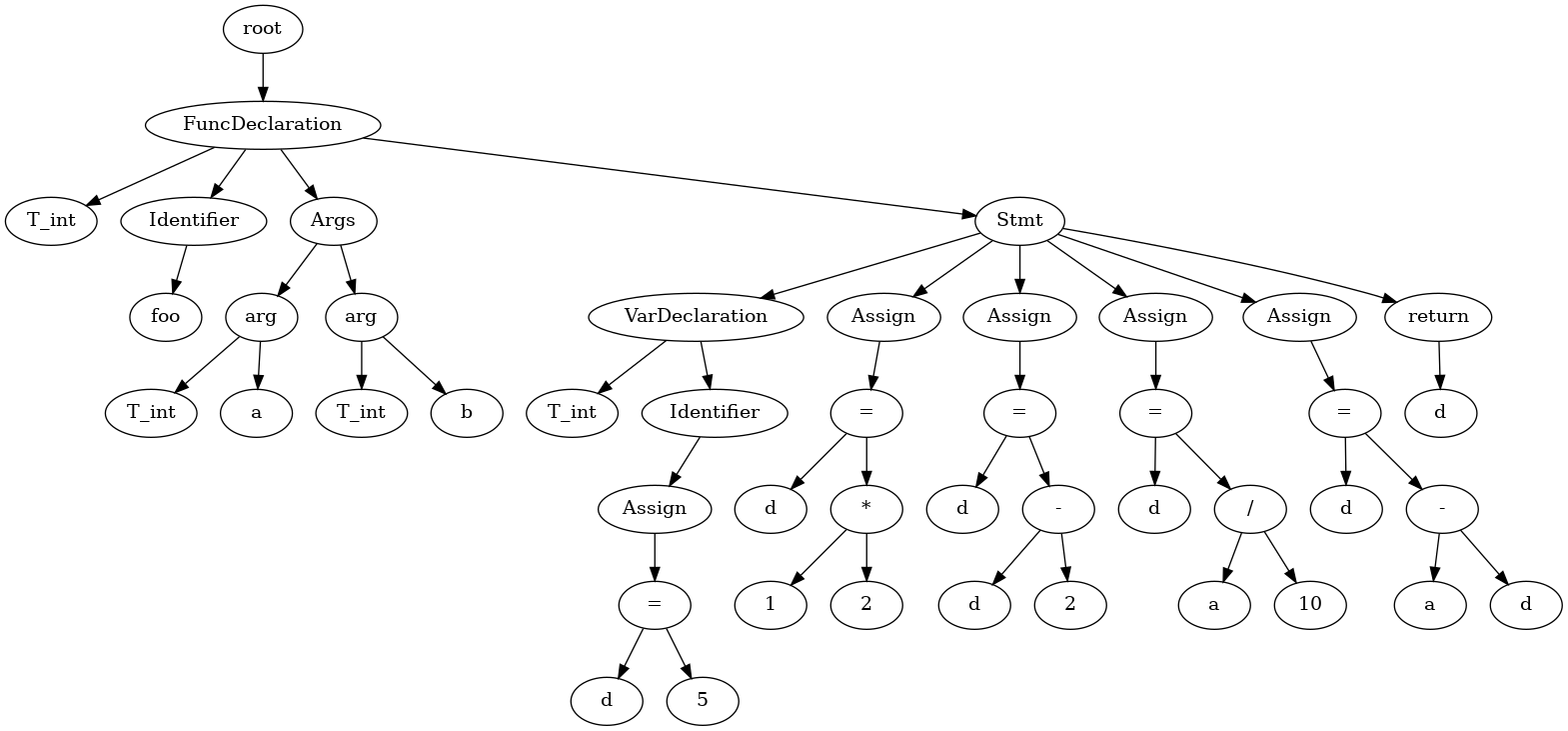
Above: test.gv.png in Jstar49/starCC (Graphviz), before the change. Its source is kept beside it as test.gv.
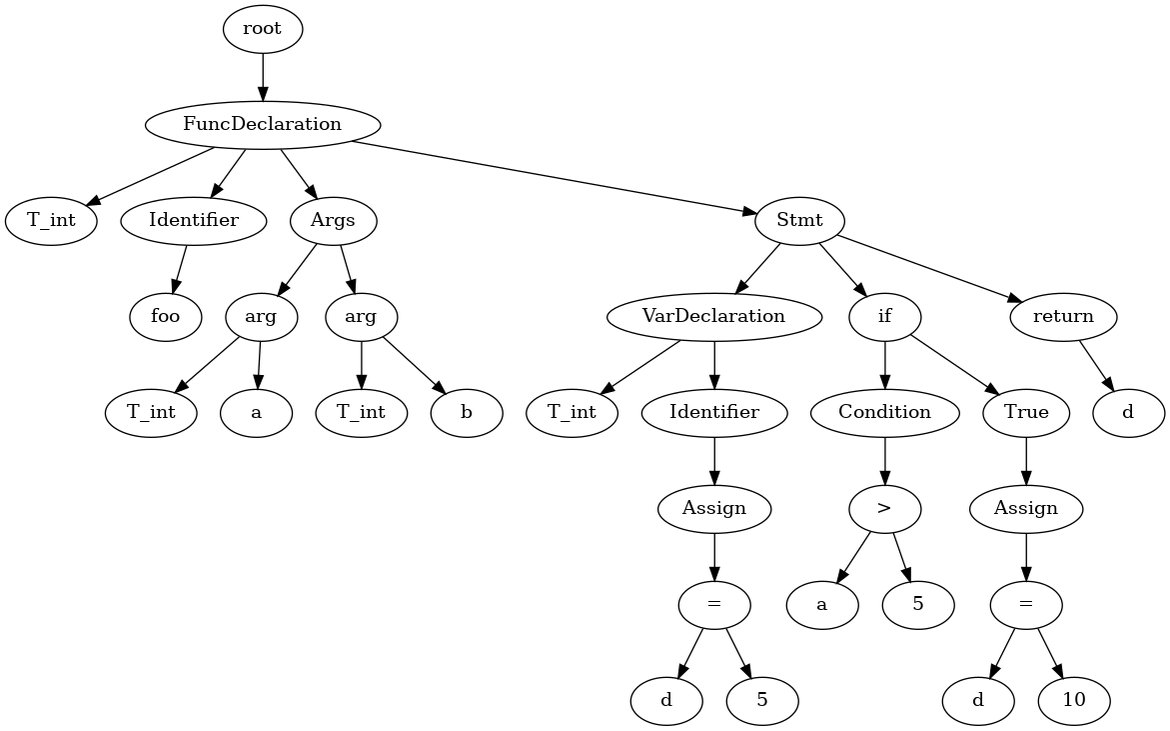
The same file after the commit.

Diff of the diagram source:
```diff
@@ -38,56 +38,28 @@
 	17 -> 16
 	18 [label=5]
 	17 -> 18
-	19 [label=Assign]
+	19 [label=if]
 	11 -> 19
-	21 [label="="]
-	19 -> 21
-	20 [label=d]
-	21 -> 20
-	23 [label="*"]
-	21 -> 23
-	22 [label=1]
-	23 -> 22
-	24 [label=2]
-	23 -> 24
+	20 [label=Condition]
+	19 -> 20
+	22 [label=">"]
+	20 -> 22
+	21 [label=a]
+	22 -> 21
+	23 [label=5]
+	22 -> 23
+	24 [label=True]
+	19 -> 24
 	25 [label=Assign]
-	11 -> 25
+	24 -> 25
 	27 [label="="]
 	25 -> 27
 	26 [label=d]
 	27 -> 26
-	29 [label="-"]
-	27 -> 29
-	28 [label=d]
-	29 -> 28
-	30 [label=2]
+	28 [label=10]
+	27 -> 28
+	29 [label=return]
+	11 -> 29
+	30 [label=d]
 	29 -> 30
-	31 [label=Assign]
-	11 -> 31
-	33 [label="="]
-	31 -> 33
-	32 [label=d]
-	33 -> 32
-	35 [label="/"]
-	33 -> 35
-	34 [label=a]
-	35 -> 34
-	36 [label=10]
-	35 -> 36
-	37 [label=Assign]
-	11 -> 37
-	39 [label="="]
-	37 -> 39
-	38 [label=d]
-	39 -> 38
-	41 [label="-"]
-	39 -> 41
-	40 [label=a]
-	41 -> 40
-	42 [label=d]
-	41 -> 42
-	43 [label=return]
-	11 -> 43
-	44 [label=d]
-	43 -> 44
 }
```
